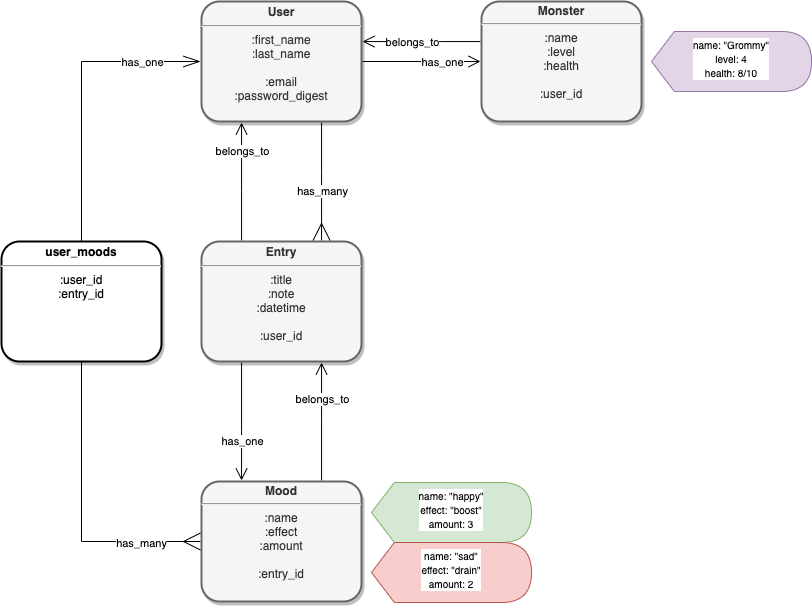
The draw.io diagram uml/moody-mon_uml.png in codymerritt347/moody-mon, before a commit. Source tidied: cells renumbered, new cells last; positions are measured from the earlier drawing's top-left corner, leaving out a move shared by most shapes. The source it was exported from:
```xml
<mxGraphModel>
  <root>
    <mxCell id="0" />
    <mxCell id="1" parent="0" />
    <mxCell id="2" style="edgeStyle=orthogonalEdgeStyle;rounded=0;jettySize=auto;html=1;endArrow=open;endFill=0;endSize=10;" parent="1" edge="1" source="9" target="12">
      <mxGeometry relative="1" as="geometry">
        <Array as="points">
          <mxPoint x="430" y="80" />
          <mxPoint x="430" y="80" />
        </Array>
      </mxGeometry>
    </mxCell>
    <mxCell id="3" value="has_one" style="edgeLabel;html=1;align=center;verticalAlign=middle;" parent="2" vertex="1">
      <mxGeometry x="-0.01" y="-4" relative="1" as="geometry">
        <mxPoint x="20.7" y="-4" as="offset" />
      </mxGeometry>
    </mxCell>
    <mxCell id="4" style="edgeStyle=orthogonalEdgeStyle;rounded=0;jettySize=auto;html=1;endArrow=ERmany;endFill=0;endSize=15;" parent="1" edge="1" source="9" target="17">
      <mxGeometry relative="1" as="geometry">
        <Array as="points">
          <mxPoint x="320" y="170" />
          <mxPoint x="320" y="170" />
        </Array>
      </mxGeometry>
    </mxCell>
    <mxCell id="5" value="has_many" style="edgeLabel;html=1;align=center;verticalAlign=middle;" parent="4" vertex="1">
      <mxGeometry x="0.34" relative="1" as="geometry">
        <mxPoint y="-10.2" as="offset" />
      </mxGeometry>
    </mxCell>
    <mxCell id="6" style="rounded=0;jettySize=auto;html=1;startArrow=openThin;startFill=0;startSize=15;endArrow=ERmany;endFill=0;endSize=15;jumpStyle=gap;entryX=0;entryY=0.5;entryDx=0;entryDy=0;edgeStyle=elbowEdgeStyle;targetPerimeterSpacing=0;" parent="1" edge="1" target="20">
      <mxGeometry relative="1" as="geometry">
        <mxPoint x="199" y="60" as="sourcePoint" />
        <Array as="points">
          <mxPoint x="80" y="250" />
          <mxPoint x="160" y="270" />
          <mxPoint x="120" y="300" />
        </Array>
      </mxGeometry>
    </mxCell>
    <mxCell id="7" value="has_one" style="edgeLabel;html=1;align=center;verticalAlign=middle;" parent="6" vertex="1">
      <mxGeometry x="-0.71" y="1" relative="1" as="geometry">
        <mxPoint x="44.3" y="-1" as="offset" />
      </mxGeometry>
    </mxCell>
    <mxCell id="8" value="has_many" style="edgeLabel;html=1;align=center;verticalAlign=middle;" parent="6" vertex="1">
      <mxGeometry x="0.78" y="-1" relative="1" as="geometry">
        <mxPoint x="19.8" as="offset" />
      </mxGeometry>
    </mxCell>
    <mxCell id="9" value="&lt;p style=&quot;margin: 4px 0px 0px; font-size: 12px;&quot;&gt;&lt;b style=&quot;font-size: 12px;&quot;&gt;User&lt;/b&gt;&lt;/p&gt;&lt;hr style=&quot;font-size: 12px;&quot;&gt;:first_name&lt;br style=&quot;font-size: 12px;&quot;&gt;:last_name&lt;br style=&quot;font-size: 12px;&quot;&gt;&lt;br style=&quot;font-size: 12px;&quot;&gt;:email&lt;br style=&quot;font-size: 12px;&quot;&gt;:password_digest&lt;br style=&quot;font-size: 12px;&quot;&gt;&lt;p style=&quot;font-size: 12px;&quot;&gt;&lt;/p&gt;" style="verticalAlign=middle;align=center;overflow=fill;fontSize=12;fontFamily=Helvetica;html=1;perimeterSpacing=1;rounded=1;glass=0;shadow=1;sketch=0;strokeWidth=2;fillColor=#f5f5f5;strokeColor=#666666;fontColor=#333333;" parent="1" vertex="1">
      <mxGeometry x="200" width="160" height="120" as="geometry" />
    </mxCell>
    <mxCell id="10" style="edgeStyle=orthogonalEdgeStyle;rounded=0;jettySize=auto;html=1;endArrow=open;endFill=0;endSize=10;" parent="1" edge="1" source="12" target="9">
      <mxGeometry relative="1" as="geometry">
        <Array as="points">
          <mxPoint x="440" y="40" />
          <mxPoint x="440" y="40" />
        </Array>
      </mxGeometry>
    </mxCell>
    <mxCell id="11" value="belongs_to" style="edgeLabel;html=1;align=center;verticalAlign=middle;" parent="10" vertex="1">
      <mxGeometry x="-0.32" y="-1" relative="1" as="geometry">
        <mxPoint x="-29" y="1" as="offset" />
      </mxGeometry>
    </mxCell>
    <mxCell id="12" value="&lt;p style=&quot;margin: 4px 0px 0px ; line-height: 100% ; font-size: 12px&quot;&gt;&lt;b style=&quot;font-size: 12px&quot;&gt;Monster&lt;/b&gt;&lt;/p&gt;&lt;hr style=&quot;font-size: 12px&quot;&gt;:name&lt;br&gt;:level&lt;br style=&quot;font-size: 12px&quot;&gt;:health&lt;br style=&quot;font-size: 12px&quot;&gt;&lt;br style=&quot;font-size: 12px&quot;&gt;:user_id" style="verticalAlign=middle;align=center;overflow=fill;fontSize=12;fontFamily=Helvetica;html=1;perimeterSpacing=1;rounded=1;glass=0;shadow=1;sketch=0;strokeWidth=2;fillColor=#f5f5f5;strokeColor=#666666;fontColor=#333333;" parent="1" vertex="1">
      <mxGeometry x="480" width="160" height="120" as="geometry" />
    </mxCell>
    <mxCell id="13" style="edgeStyle=orthogonalEdgeStyle;rounded=0;jettySize=auto;html=1;endArrow=open;endFill=0;endSize=10;" parent="1" edge="1" source="17" target="20">
      <mxGeometry relative="1" as="geometry">
        <Array as="points">
          <mxPoint x="240" y="430" />
          <mxPoint x="240" y="430" />
        </Array>
      </mxGeometry>
    </mxCell>
    <mxCell id="14" value="has_one" style="edgeLabel;html=1;align=center;verticalAlign=middle;" parent="13" vertex="1">
      <mxGeometry x="-0.05" relative="1" as="geometry">
        <mxPoint y="23.2" as="offset" />
      </mxGeometry>
    </mxCell>
    <mxCell id="15" style="edgeStyle=orthogonalEdgeStyle;rounded=0;jettySize=auto;html=1;endArrow=open;endFill=0;endSize=10;" parent="1" edge="1" source="17" target="9">
      <mxGeometry relative="1" as="geometry">
        <Array as="points">
          <mxPoint x="240" y="190" />
          <mxPoint x="240" y="190" />
        </Array>
      </mxGeometry>
    </mxCell>
    <mxCell id="16" value="belongs_to" style="edgeLabel;html=1;align=center;verticalAlign=middle;" parent="15" vertex="1">
      <mxGeometry x="-0.1" relative="1" as="geometry">
        <mxPoint y="-36.5" as="offset" />
      </mxGeometry>
    </mxCell>
    <mxCell id="17" value="&lt;p style=&quot;margin: 4px 0px 0px ; font-size: 12px&quot;&gt;&lt;b style=&quot;font-size: 12px&quot;&gt;Entry&lt;/b&gt;&lt;/p&gt;&lt;hr style=&quot;font-size: 12px&quot;&gt;:title&lt;br style=&quot;font-size: 12px&quot;&gt;:note&lt;br&gt;:datetime&lt;br style=&quot;font-size: 12px&quot;&gt;&lt;br style=&quot;font-size: 12px&quot;&gt;:user_id" style="verticalAlign=middle;align=center;overflow=fill;fontSize=12;fontFamily=Helvetica;html=1;perimeterSpacing=1;rounded=1;glass=0;shadow=1;sketch=0;strokeWidth=2;fillColor=#f5f5f5;strokeColor=#666666;fontColor=#333333;" parent="1" vertex="1">
      <mxGeometry x="200" y="240" width="160" height="120" as="geometry" />
    </mxCell>
    <mxCell id="18" style="edgeStyle=orthogonalEdgeStyle;rounded=0;jettySize=auto;html=1;endArrow=open;endFill=0;endSize=10;" parent="1" edge="1" source="20" target="17">
      <mxGeometry relative="1" as="geometry">
        <Array as="points">
          <mxPoint x="320" y="420" />
          <mxPoint x="320" y="420" />
        </Array>
      </mxGeometry>
    </mxCell>
    <mxCell id="19" value="belongs_to" style="edgeLabel;html=1;align=center;verticalAlign=middle;" parent="18" vertex="1">
      <mxGeometry x="0.38" relative="1" as="geometry" />
    </mxCell>
    <mxCell id="20" value="&lt;p style=&quot;margin: 4px 0px 0px; line-height: 100%; font-size: 12px;&quot;&gt;&lt;b style=&quot;font-size: 12px;&quot;&gt;Mood&lt;/b&gt;&lt;/p&gt;&lt;hr style=&quot;font-size: 12px;&quot;&gt;:name&lt;br style=&quot;font-size: 12px;&quot;&gt;:effect&lt;br style=&quot;font-size: 12px;&quot;&gt;:amount&lt;br style=&quot;font-size: 12px;&quot;&gt;&lt;br style=&quot;font-size: 12px;&quot;&gt;:entry_id" style="verticalAlign=middle;align=center;overflow=fill;fontSize=12;fontFamily=Helvetica;html=1;perimeterSpacing=1;rounded=1;glass=0;shadow=1;sketch=0;strokeWidth=2;fillColor=#f5f5f5;strokeColor=#666666;fontColor=#333333;" parent="1" vertex="1">
      <mxGeometry x="200" y="480" width="160" height="120" as="geometry" />
    </mxCell>
    <mxCell id="21" value="&lt;p style=&quot;margin: 4px 0px 0px ; font-size: 12px&quot;&gt;&lt;b&gt;user_moods&lt;/b&gt;&lt;/p&gt;&lt;hr&gt;:user_id&lt;br&gt;:entry_id" style="verticalAlign=middle;align=center;overflow=fill;fontSize=12;fontFamily=Helvetica;html=1;perimeterSpacing=1;rounded=1;glass=0;shadow=1;sketch=0;strokeWidth=2;" parent="1" vertex="1">
      <mxGeometry y="240" width="160" height="120" as="geometry" />
    </mxCell>
    <mxCell id="22" value="&lt;font size=&quot;1&quot;&gt;name: &quot;happy&quot;&lt;br&gt;effect: &quot;boost&quot;&lt;br&gt;amount: 3&lt;br&gt;&lt;/font&gt;" style="shape=display;whiteSpace=wrap;html=1;size=0.14285714285714285;fillColor=#d5e8d4;strokeColor=#82b366;verticalAlign=top;align=center;fontColor=#000000;labelBackgroundColor=#ffffff;" parent="1" vertex="1">
      <mxGeometry x="370" y="481" width="160" height="60" as="geometry" />
    </mxCell>
    <mxCell id="23" value="&lt;font size=&quot;1&quot;&gt;&lt;font color=&quot;#000000&quot;&gt;name: &quot;sad&quot;&lt;br&gt;effect: &quot;drain&quot;&lt;br&gt;amount: 2&lt;/font&gt;&lt;br&gt;&lt;/font&gt;" style="shape=display;whiteSpace=wrap;html=1;size=0.14285714285714285;fillColor=#f8cecc;strokeColor=#b85450;verticalAlign=top;align=center;labelBackgroundColor=#ffffff;" parent="1" vertex="1">
      <mxGeometry x="370" y="541" width="160" height="60" as="geometry" />
    </mxCell>
    <mxCell id="24" value="&lt;font size=&quot;1&quot;&gt;name: &quot;Grommy&quot;&lt;br&gt;level: 4&lt;br&gt;health: 8/10&lt;br&gt;&lt;/font&gt;" style="shape=display;whiteSpace=wrap;html=1;size=0.14285714285714285;fillColor=#e1d5e7;strokeColor=#9673a6;verticalAlign=top;align=center;labelBackgroundColor=#ffffff;fontColor=#000000;" parent="1" vertex="1">
      <mxGeometry x="650" y="30" width="160" height="60" as="geometry" />
    </mxCell>
  </root>
</mxGraphModel>
```
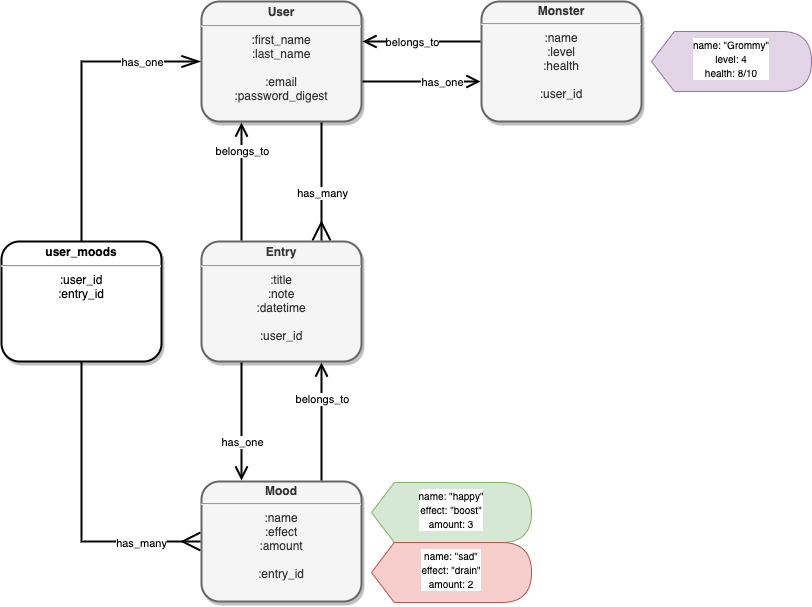
The same diagram one commit later.

Commit message:
Edit UML diagram copy

Change to the diagram source:
```diff
@@ -1,8 +1,8 @@
-<mxGraphModel>
+<mxGraphModel background="#ffffff">
   <root>
     <mxCell id="0" />
     <mxCell id="1" parent="0" />
-    <mxCell id="2" style="edgeStyle=orthogonalEdgeStyle;rounded=0;jettySize=auto;html=1;endArrow=open;endFill=0;endSize=10;" parent="1" edge="1" source="9" target="12">
+    <mxCell id="2" style="edgeStyle=orthogonalEdgeStyle;rounded=0;jettySize=auto;html=1;endArrow=open;endFill=0;endSize=10;strokeColor=#000000;strokeWidth=2;" parent="1" edge="1" source="9" target="12">
       <mxGeometry relative="1" as="geometry">
         <Array as="points">
           <mxPoint x="430" y="80" />
@@ -15,7 +15,7 @@
         <mxPoint x="20.7" y="-4" as="offset" />
       </mxGeometry>
     </mxCell>
-    <mxCell id="4" style="edgeStyle=orthogonalEdgeStyle;rounded=0;jettySize=auto;html=1;endArrow=ERmany;endFill=0;endSize=15;" parent="1" edge="1" source="9" target="17">
+    <mxCell id="4" style="edgeStyle=orthogonalEdgeStyle;rounded=0;jettySize=auto;html=1;endArrow=ERmany;endFill=0;endSize=15;strokeColor=#000000;strokeWidth=2;" parent="1" edge="1" source="9" target="17">
       <mxGeometry relative="1" as="geometry">
         <Array as="points">
           <mxPoint x="320" y="170" />
@@ -28,7 +28,7 @@
         <mxPoint y="-10.2" as="offset" />
       </mxGeometry>
     </mxCell>
-    <mxCell id="6" style="rounded=0;jettySize=auto;html=1;startArrow=openThin;startFill=0;startSize=15;endArrow=ERmany;endFill=0;endSize=15;jumpStyle=gap;entryX=0;entryY=0.5;entryDx=0;entryDy=0;edgeStyle=elbowEdgeStyle;targetPerimeterSpacing=0;" parent="1" edge="1" target="20">
+    <mxCell id="6" style="rounded=0;jettySize=auto;html=1;startArrow=openThin;startFill=0;startSize=15;endArrow=ERmany;endFill=0;endSize=15;jumpStyle=gap;entryX=0;entryY=0.5;entryDx=0;entryDy=0;edgeStyle=elbowEdgeStyle;targetPerimeterSpacing=0;strokeColor=#000000;strokeWidth=2;" parent="1" edge="1" target="20">
       <mxGeometry relative="1" as="geometry">
         <mxPoint x="199" y="60" as="sourcePoint" />
         <Array as="points">
@@ -51,7 +51,7 @@
     <mxCell id="9" value="&lt;p style=&quot;margin: 4px 0px 0px; font-size: 12px;&quot;&gt;&lt;b style=&quot;font-size: 12px;&quot;&gt;User&lt;/b&gt;&lt;/p&gt;&lt;hr style=&quot;font-size: 12px;&quot;&gt;:first_name&lt;br style=&quot;font-size: 12px;&quot;&gt;:last_name&lt;br style=&quot;font-size: 12px;&quot;&gt;&lt;br style=&quot;font-size: 12px;&quot;&gt;:email&lt;br style=&quot;font-size: 12px;&quot;&gt;:password_digest&lt;br style=&quot;font-size: 12px;&quot;&gt;&lt;p style=&quot;font-size: 12px;&quot;&gt;&lt;/p&gt;" style="verticalAlign=middle;align=center;overflow=fill;fontSize=12;fontFamily=Helvetica;html=1;perimeterSpacing=1;rounded=1;glass=0;shadow=1;sketch=0;strokeWidth=2;fillColor=#f5f5f5;strokeColor=#666666;fontColor=#333333;" parent="1" vertex="1">
       <mxGeometry x="200" width="160" height="120" as="geometry" />
     </mxCell>
-    <mxCell id="10" style="edgeStyle=orthogonalEdgeStyle;rounded=0;jettySize=auto;html=1;endArrow=open;endFill=0;endSize=10;" parent="1" edge="1" source="12" target="9">
+    <mxCell id="10" style="edgeStyle=orthogonalEdgeStyle;rounded=0;jettySize=auto;html=1;endArrow=open;endFill=0;endSize=10;strokeColor=#000000;strokeWidth=2;" parent="1" edge="1" source="12" target="9">
       <mxGeometry relative="1" as="geometry">
         <Array as="points">
           <mxPoint x="440" y="40" />
@@ -67,7 +67,7 @@
     <mxCell id="12" value="&lt;p style=&quot;margin: 4px 0px 0px ; line-height: 100% ; font-size: 12px&quot;&gt;&lt;b style=&quot;font-size: 12px&quot;&gt;Monster&lt;/b&gt;&lt;/p&gt;&lt;hr style=&quot;font-size: 12px&quot;&gt;:name&lt;br&gt;:level&lt;br style=&quot;font-size: 12px&quot;&gt;:health&lt;br style=&quot;font-size: 12px&quot;&gt;&lt;br style=&quot;font-size: 12px&quot;&gt;:user_id" style="verticalAlign=middle;align=center;overflow=fill;fontSize=12;fontFamily=Helvetica;html=1;perimeterSpacing=1;rounded=1;glass=0;shadow=1;sketch=0;strokeWidth=2;fillColor=#f5f5f5;strokeColor=#666666;fontColor=#333333;" parent="1" vertex="1">
       <mxGeometry x="480" width="160" height="120" as="geometry" />
     </mxCell>
-    <mxCell id="13" style="edgeStyle=orthogonalEdgeStyle;rounded=0;jettySize=auto;html=1;endArrow=open;endFill=0;endSize=10;" parent="1" edge="1" source="17" target="20">
+    <mxCell id="13" style="edgeStyle=orthogonalEdgeStyle;rounded=0;jettySize=auto;html=1;endArrow=open;endFill=0;endSize=10;strokeColor=#000000;strokeWidth=2;" parent="1" edge="1" source="17" target="20">
       <mxGeometry relative="1" as="geometry">
         <Array as="points">
           <mxPoint x="240" y="430" />
@@ -80,7 +80,7 @@
         <mxPoint y="23.2" as="offset" />
       </mxGeometry>
     </mxCell>
-    <mxCell id="15" style="edgeStyle=orthogonalEdgeStyle;rounded=0;jettySize=auto;html=1;endArrow=open;endFill=0;endSize=10;" parent="1" edge="1" source="17" target="9">
+    <mxCell id="15" style="edgeStyle=orthogonalEdgeStyle;rounded=0;jettySize=auto;html=1;endArrow=open;endFill=0;endSize=10;strokeColor=#000000;strokeWidth=2;" parent="1" edge="1" source="17" target="9">
       <mxGeometry relative="1" as="geometry">
         <Array as="points">
           <mxPoint x="240" y="190" />
@@ -96,7 +96,7 @@
     <mxCell id="17" value="&lt;p style=&quot;margin: 4px 0px 0px ; font-size: 12px&quot;&gt;&lt;b style=&quot;font-size: 12px&quot;&gt;Entry&lt;/b&gt;&lt;/p&gt;&lt;hr style=&quot;font-size: 12px&quot;&gt;:title&lt;br style=&quot;font-size: 12px&quot;&gt;:note&lt;br&gt;:datetime&lt;br style=&quot;font-size: 12px&quot;&gt;&lt;br style=&quot;font-size: 12px&quot;&gt;:user_id" style="verticalAlign=middle;align=center;overflow=fill;fontSize=12;fontFamily=Helvetica;html=1;perimeterSpacing=1;rounded=1;glass=0;shadow=1;sketch=0;strokeWidth=2;fillColor=#f5f5f5;strokeColor=#666666;fontColor=#333333;" parent="1" vertex="1">
       <mxGeometry x="200" y="240" width="160" height="120" as="geometry" />
     </mxCell>
-    <mxCell id="18" style="edgeStyle=orthogonalEdgeStyle;rounded=0;jettySize=auto;html=1;endArrow=open;endFill=0;endSize=10;" parent="1" edge="1" source="20" target="17">
+    <mxCell id="18" style="edgeStyle=orthogonalEdgeStyle;rounded=0;jettySize=auto;html=1;endArrow=open;endFill=0;endSize=10;strokeColor=#000000;strokeWidth=2;" parent="1" edge="1" source="20" target="17">
       <mxGeometry relative="1" as="geometry">
         <Array as="points">
           <mxPoint x="320" y="420" />
```
